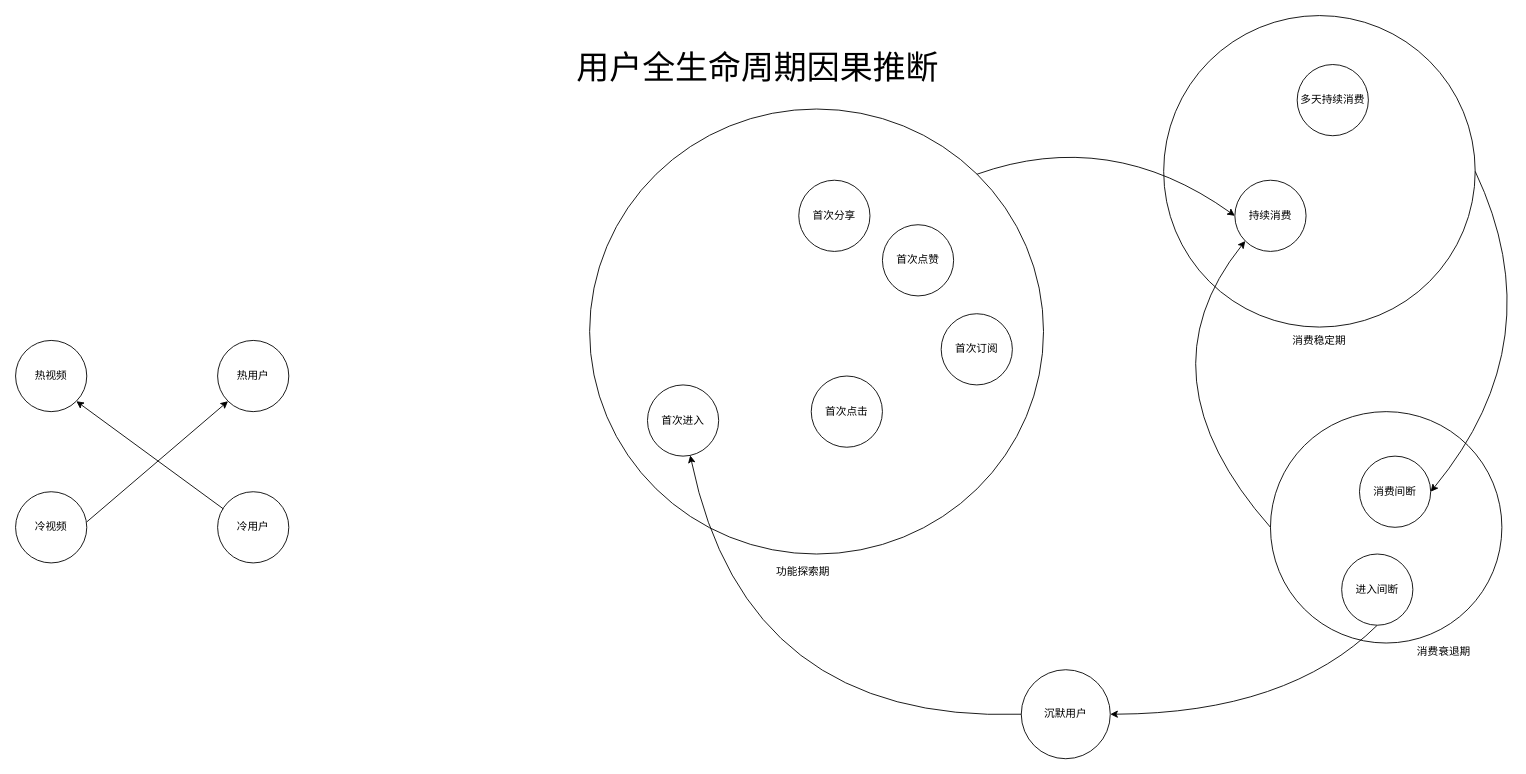
konyel/smart_agent keeps this draw.io diagram as Untitled Diagram.drawio. Above is the earlier version. Source tidied: cells renumbered, new cells numbered last; positions are measured from the earlier drawing's top-left corner, leaving out a move shared by most shapes. Both pictures are drawn from the tidied source at 89%, with x=0, y=0 at pixel (15, 15).
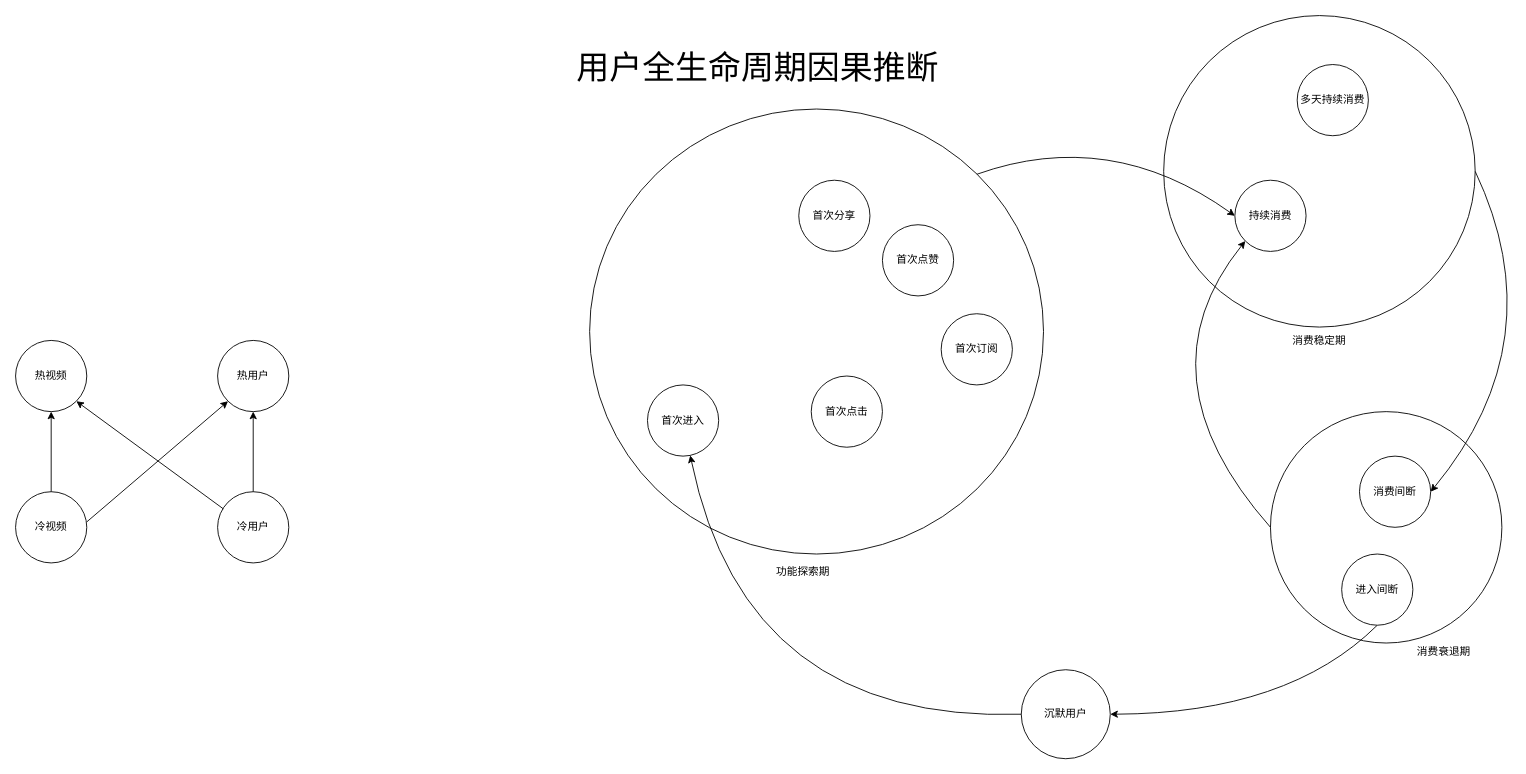
Above is the later version.

The change refers to these unchanged cells:
```xml
<mxCell id="24" value="冷视频" style="ellipse;whiteSpace=wrap;html=1;" parent="1" vertex="1">
  <mxGeometry y="535" width="80" height="80" as="geometry" />
</mxCell>
<mxCell id="25" value="冷用户" style="ellipse;whiteSpace=wrap;html=1;" parent="1" vertex="1">
  <mxGeometry x="227" y="535" width="80" height="80" as="geometry" />
</mxCell>
<mxCell id="26" value="热视频" style="ellipse;whiteSpace=wrap;html=1;" parent="1" vertex="1">
  <mxGeometry y="365" width="80" height="80" as="geometry" />
</mxCell>
<mxCell id="27" value="热用户" style="ellipse;whiteSpace=wrap;html=1;" parent="1" vertex="1">
  <mxGeometry x="227" y="365" width="80" height="80" as="geometry" />
</mxCell>
```

What changed in the source:
```diff
@@
+    <mxCell id="30" style="endArrow=classic;html=1;entryX=0.5;entryY=1;entryDx=0;entryDy=0;exitX=0.5;exitY=0;exitDx=0;exitDy=0;" parent="1" edge="1" source="25" target="27">
+      <mxGeometry relative="1" as="geometry" />
+    </mxCell>
+    <mxCell id="31" style="endArrow=classic;html=1;entryX=0.5;entryY=1;entryDx=0;entryDy=0;" parent="1" edge="1" source="24" target="26">
+      <mxGeometry relative="1" as="geometry" />
+    </mxCell>
```
